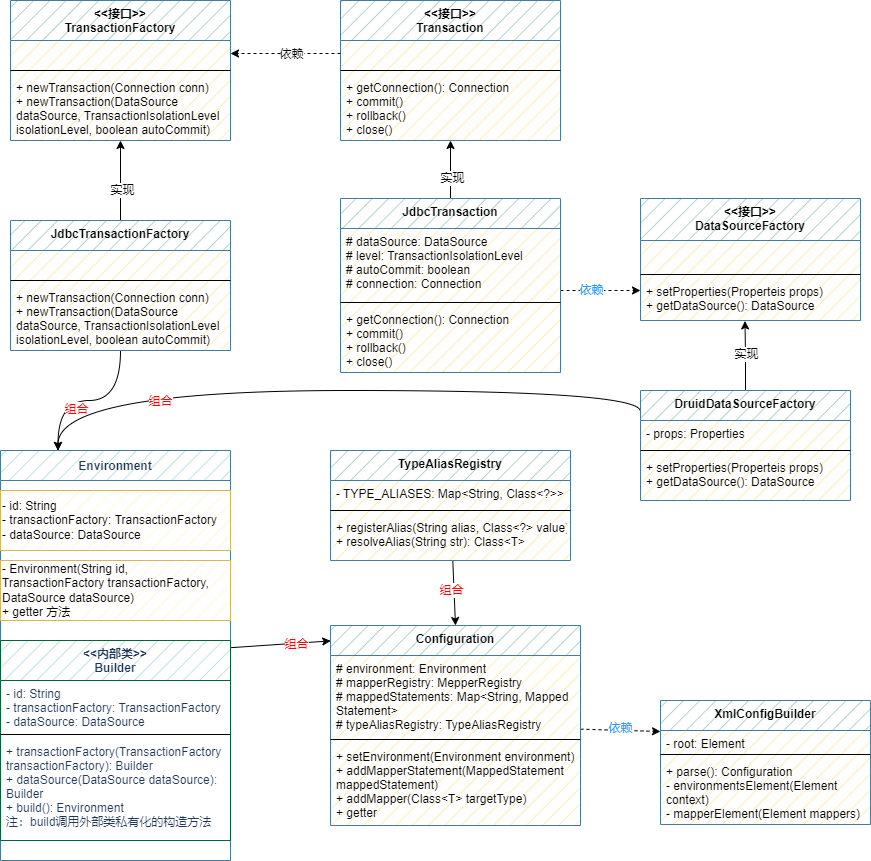
This is wzz-mybatis/mybatis-step04-解析数据源并获取连接.drawio.png from wsxzei/markdown-photos, a draw.io export, as it was before one commit. Source tidied: cells renumbered, new cells last; positions are measured from the earlier drawing's top-left corner, leaving out a move shared by most shapes.
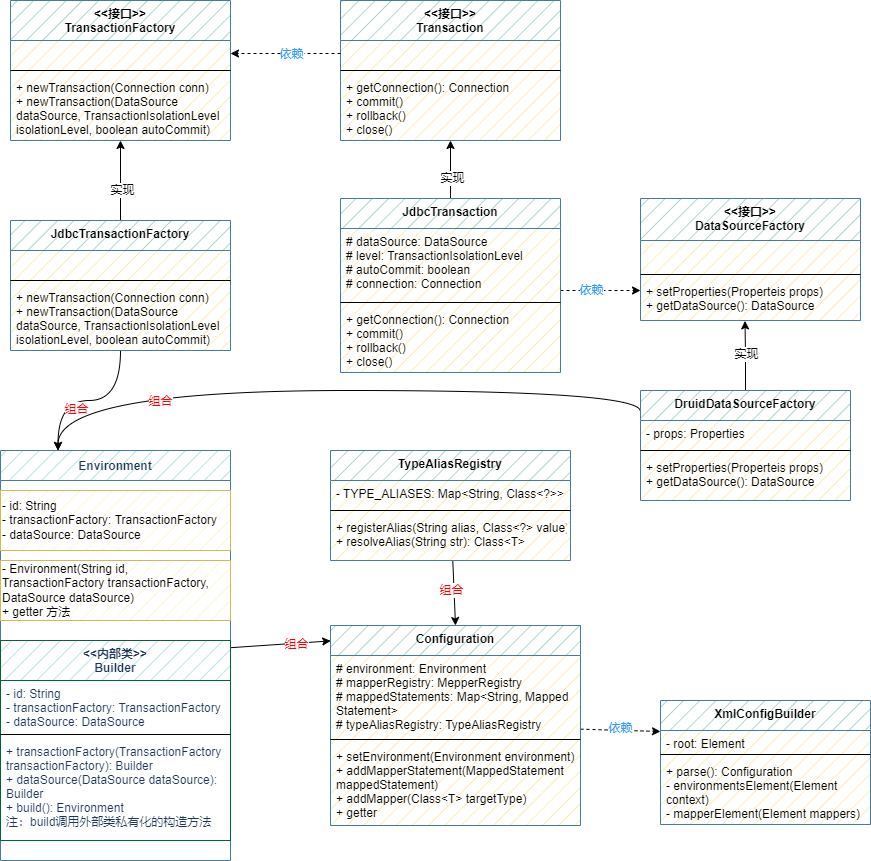
After the change.

Commit message:
更新mybatis-step04-解析数据源并获取连接.drawio.png

The edit, as a diff of the source:
```diff
@@ -82,7 +82,7 @@
     <mxCell id="26" style="edgeStyle=orthogonalEdgeStyle;rounded=0;jettySize=auto;html=1;exitX=0;exitY=0.5;exitDx=0;exitDy=0;entryX=1;entryY=0.5;entryDx=0;entryDy=0;dashed=1;" parent="1" edge="1" source="15" target="11">
       <mxGeometry relative="1" as="geometry" />
     </mxCell>
-    <mxCell id="27" value="依赖" style="edgeLabel;html=1;align=center;verticalAlign=middle;" parent="26" vertex="1">
+    <mxCell id="27" value="依赖" style="edgeLabel;html=1;align=center;verticalAlign=middle;fontColor=#3399FF;" parent="26" vertex="1">
       <mxGeometry x="0.17" y="2" relative="1" as="geometry">
         <mxPoint x="14" y="-2" as="offset" />
       </mxGeometry>
```
